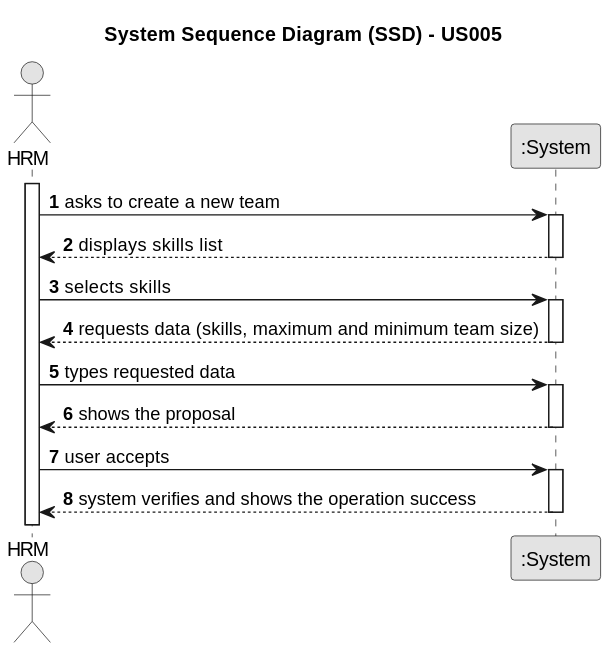
Earlier version of the PlantUML export docs/sprintB/us005/01.requirements-engineering/svg/us005-system-sequence-diagram-alternative-one.svg (ricardomm7/leaflink).
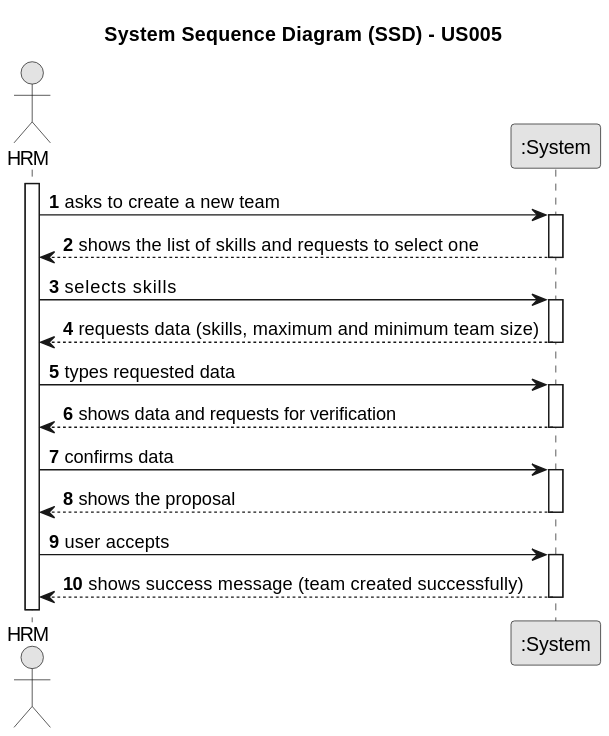
The same diagram one commit later.

Diff of the diagram source:
```diff
@@ -15,10 +15,10 @@
     HRM -> System : asks to create a new team
     activate System
 
-    System --> HRM : displays skills list
+        System --> HRM : shows the list of skills and requests to select one
         deactivate System
 
-    HRM -> System : selects skills
+    HRM -> System : selects  skills
     activate System
 
         System --> HRM : requests data (skills, maximum and minimum team size)
@@ -27,12 +27,18 @@
     HRM -> System : types requested data
     activate System
 
+    System --> HRM : shows data and requests for verification
+    deactivate System
+
+        HRM -> System : confirms data
+        activate System
+
         System --> HRM : shows the proposal
     deactivate System
 
     HRM -> System : user accepts
     activate System
 
-        System --> HRM : system verifies and shows the operation success
+        System --> HRM : shows success message (team created successfully)
     deactivate System
 @enduml
```
